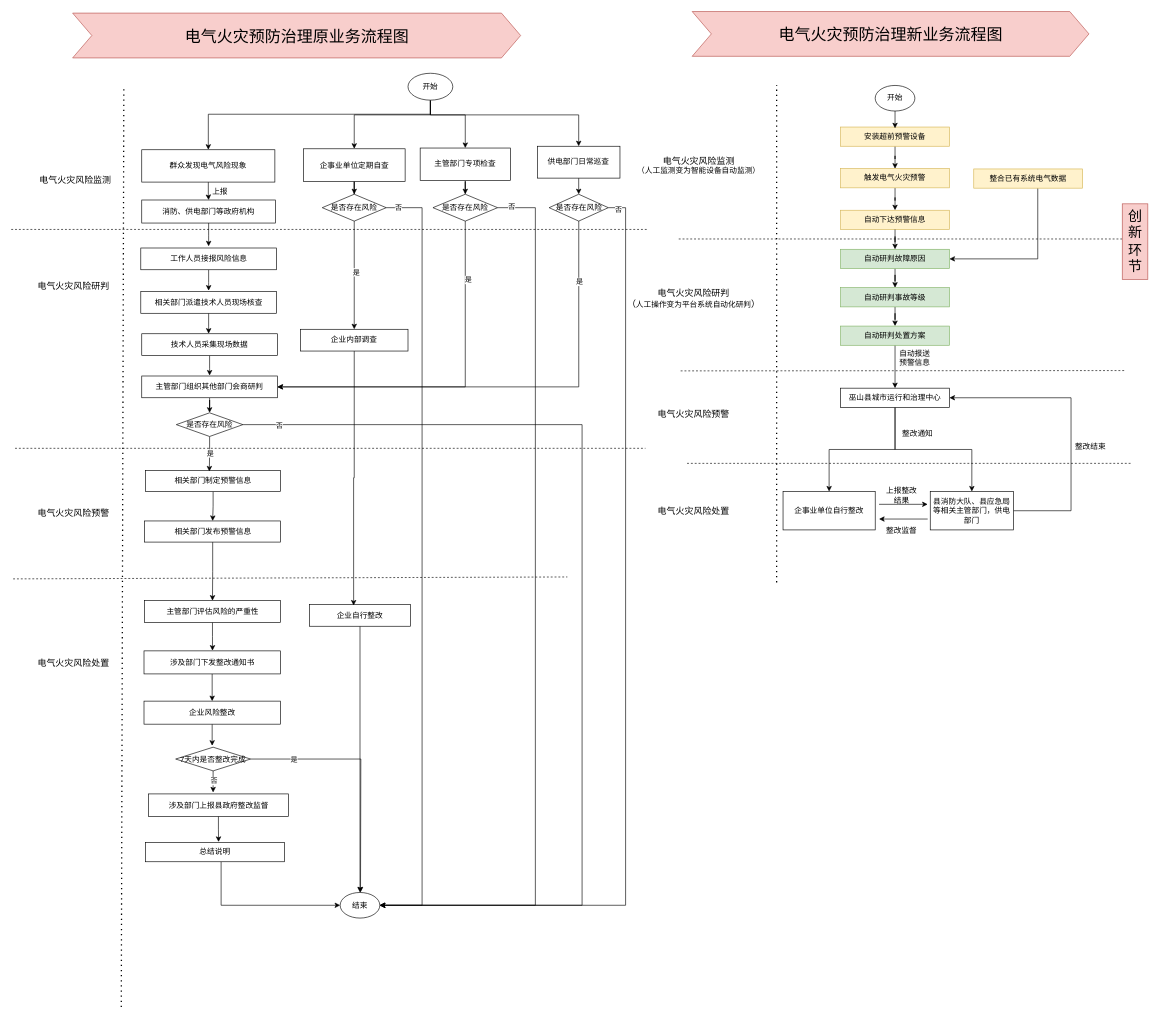
Above: 电气火灾.drawio in w1041660542/draw.io (draw.io), before the change. Source tidied: cells renumbered, new cells numbered last; positions are measured from the earlier drawing's top-left corner, leaving out a move shared by most shapes. Both pictures are drawn from the tidied source at 64%, with x=0, y=0 at pixel (11, 12).
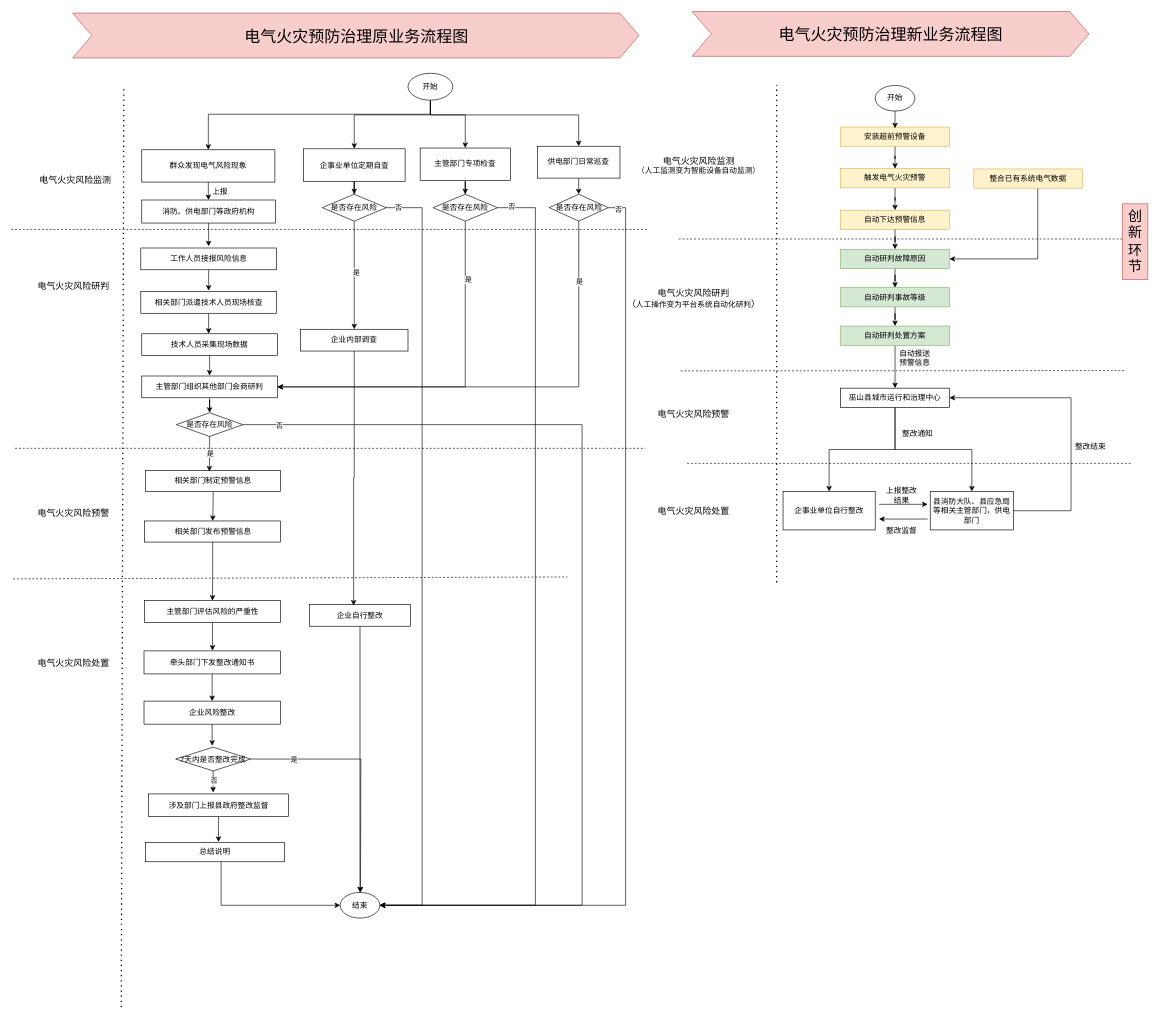
The same page after the edit.

Commit message (it also covers changes not shown here):
更新电气火灾.drawio

Change to the diagram source:
```diff
@@
-    <mxCell id="15" value="涉及部门下发整改通知书" style="rounded=0;whiteSpace=wrap;html=1;" parent="1" vertex="1">
+    <mxCell id="15" value="牵头部门下发整改通知书" style="rounded=0;whiteSpace=wrap;html=1;" parent="1" vertex="1">
       <mxGeometry x="207.5" y="998.5" width="213" height="36" as="geometry" />
     </mxCell>
@@
     <mxCell id="38" value="&lt;p style=&quot;margin-top: 0pt; margin-bottom: 0pt; margin-left: 0in; direction: ltr; unicode-bidi: embed; word-break: normal;&quot;&gt;&lt;font style=&quot;font-size: 25px;&quot;&gt;电气火灾预防治理原业务流程图&lt;/font&gt;&lt;/p&gt;" style="html=1;shadow=0;dashed=0;align=center;verticalAlign=middle;shape=mxgraph.arrows2.arrow;dy=0;dx=30;notch=30;fillColor=#f8cecc;strokeColor=#b85450;" parent="1" vertex="1">
-      <mxGeometry x="96" y="2" width="700" height="70" as="geometry" />
+      <mxGeometry x="96" y="2" width="885" height="70" as="geometry" />
     </mxCell>
```
